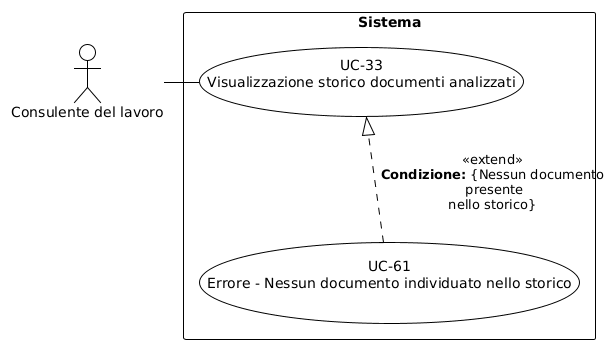
This is RTB/Analisi dei Requisiti/diagrammi_use_case/UC-33.png from aLittleByte-19/Documentazione, a PlantUML export, as it was before one commit.
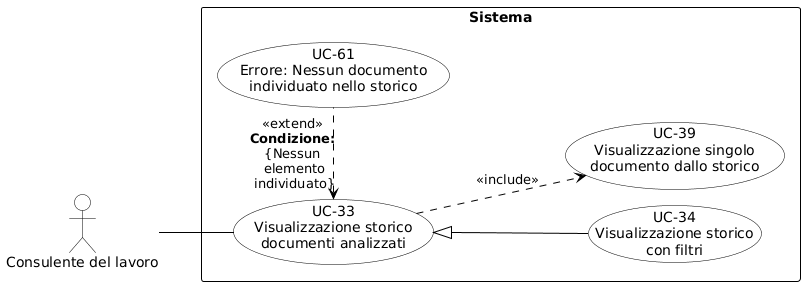
The same file after the commit.

Diff of the diagram source:
```diff
@@ -1,24 +1,39 @@
 @startuml
-!theme plain
+skinparam shadowing false
+skinparam defaultFontName Arial
+left to right direction
+skinparam nodesep 15
+skinparam ranksep 50
+
 skinparam usecase {
-  BackgroundColor white
-  BorderColor black
+    BackgroundColor white
+    BorderColor black
+    ArrowColor black
 }
 skinparam actor {
-  BackgroundColor white
-  BorderColor black
+    BackgroundColor white
+    BorderColor black
 }
 skinparam rectangle {
-  BackgroundColor white
-  BorderColor black
+    BorderColor black
+    FontStyle bold
 }
-top to bottom direction
-actor "Consulente del lavoro" as C
+
+actor "Consulente del lavoro" as CL
+
 rectangle "Sistema" {
-  usecase "UC-33\nVisualizzazione storico documenti analizzati" as UC33
-  usecase "UC-61\nErrore - Nessun documento individuato nello storico" as UC61
-  C - UC33
-  UC33 -[hidden]d- UC61
-  UC61 ..|> UC33 : <<extend>>\n**Condizione:** {Nessun documento\n presente\nnello storico}
+    usecase "UC-33\nVisualizzazione storico\ndocumenti analizzati" as UC33
+    usecase "UC-34\nVisualizzazione storico\ncon filtri" as UC34
+    usecase "UC-39\nVisualizzazione singolo\ndocumento dallo storico" as UC39
+    usecase "UC-61\nErrore: Nessun documento\nindividuato nello storico" as UC61
+
+    UC33 ..> UC39 : <<include>>
+
+    UC34 -up-|> UC33
+
+    UC33 <.right. UC61 : <<extend>>\n**Condizione:**\n{Nessun\n elemento\n individuato}
+
 }
-@enduml
+
+CL -- UC33
+@endluml
```
